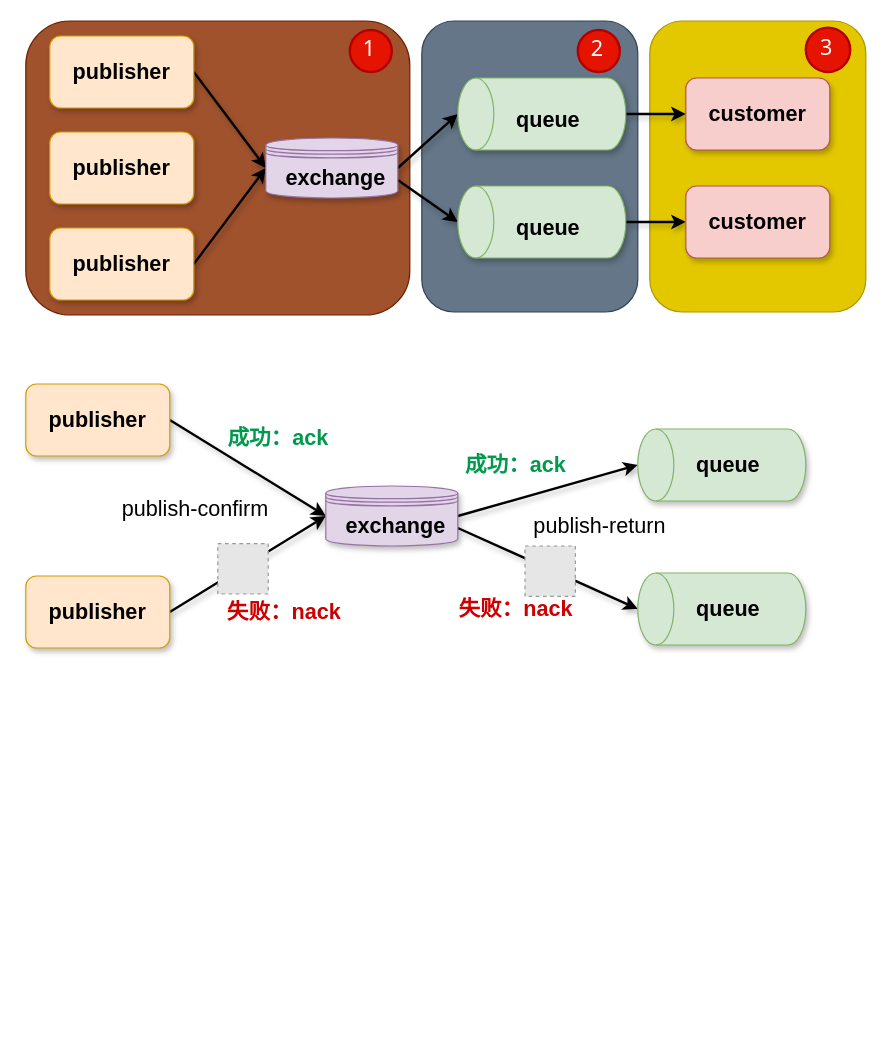
Earlier version of the draw.io diagram RabbitMQ.drawio (C-wx/MindManager). Source tidied: cells renumbered, new cells numbered last; positions are measured from the earlier drawing's top-left corner, leaving out a move shared by most shapes. Both pictures are drawn from the tidied source at 120%, with x=0, y=0 at pixel (25, 20). Pictures stored in the file or linked from it are replaced by grey dashed boxes.
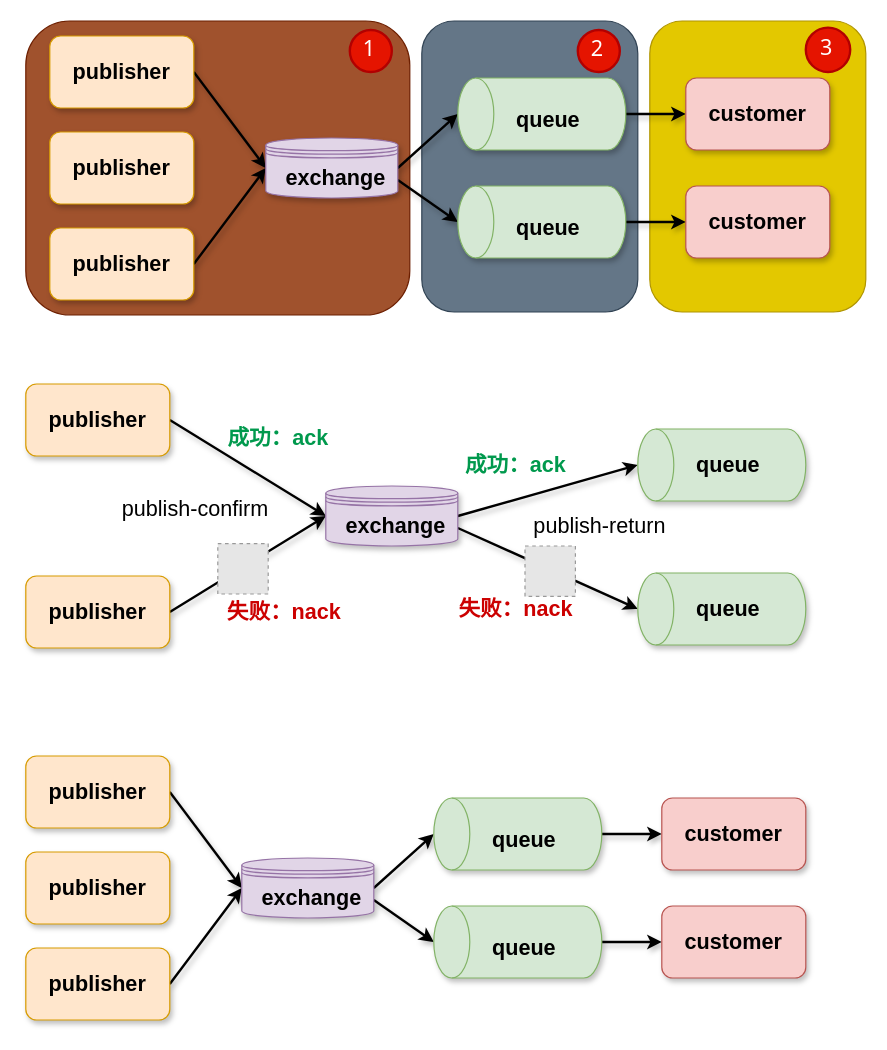
Above is the later version.

Diff of the diagram source:
```diff
@@
+    <mxCell id="45" style="rounded=0;jettySize=auto;html=1;exitX=1;exitY=0.5;exitDx=0;exitDy=0;entryX=0;entryY=0.5;entryDx=0;entryDy=0;fontFamily=JetBrains Mono;fontSize=18;strokeWidth=2;shadow=1;sketch=0;" parent="1" edge="1" source="46" target="52">
+      <mxGeometry relative="1" as="geometry" />
+    </mxCell>
+    <mxCell id="46" value="publisher" style="rounded=1;whiteSpace=wrap;html=1;fontFamily=JetBrains Mono;fontSize=18;fontStyle=1;sketch=0;fillColor=#ffe6cc;strokeColor=#d79b00;shadow=1;" parent="1" vertex="1">
+      <mxGeometry y="612.5" width="120" height="60" as="geometry" />
+    </mxCell>
+    <mxCell id="47" value="publisher" style="rounded=1;whiteSpace=wrap;html=1;fontFamily=JetBrains Mono;fontSize=18;fontStyle=1;sketch=0;fillColor=#ffe6cc;strokeColor=#d79b00;shadow=1;" parent="1" vertex="1">
+      <mxGeometry y="692.5" width="120" height="60" as="geometry" />
+    </mxCell>
+    <mxCell id="48" style="edgeStyle=none;rounded=0;jettySize=auto;html=1;exitX=1;exitY=0.5;exitDx=0;exitDy=0;entryX=0;entryY=0.5;entryDx=0;entryDy=0;fontFamily=JetBrains Mono;fontSize=18;strokeWidth=2;shadow=1;sketch=0;" parent="1" edge="1" source="49" target="52">
+      <mxGeometry relative="1" as="geometry" />
+    </mxCell>
+    <mxCell id="49" value="publisher" style="rounded=1;whiteSpace=wrap;html=1;fontFamily=JetBrains Mono;fontSize=18;fontStyle=1;sketch=0;fillColor=#ffe6cc;strokeColor=#d79b00;shadow=1;" parent="1" vertex="1">
+      <mxGeometry y="772.5" width="120" height="60" as="geometry" />
+    </mxCell>
+    <mxCell id="50" style="edgeStyle=none;rounded=0;jettySize=auto;html=1;exitX=1;exitY=0.5;exitDx=0;exitDy=0;fontFamily=JetBrains Mono;fontSize=18;entryX=0.5;entryY=0;entryDx=0;entryDy=0;entryPerimeter=0;strokeWidth=2;shadow=1;sketch=0;" parent="1" edge="1" source="52" target="54">
+      <mxGeometry relative="1" as="geometry" />
+    </mxCell>
+    <mxCell id="51" style="edgeStyle=none;rounded=0;jettySize=auto;html=1;exitX=1;exitY=0.7;exitDx=0;exitDy=0;entryX=0.5;entryY=0;entryDx=0;entryDy=0;entryPerimeter=0;fontFamily=JetBrains Mono;fontSize=18;strokeWidth=2;shadow=1;sketch=0;" parent="1" edge="1" source="52" target="57">
+      <mxGeometry relative="1" as="geometry" />
+    </mxCell>
+    <mxCell id="52" style="shape=datastore;whiteSpace=wrap;html=1;rounded=1;shadow=1;glass=0;labelBackgroundColor=#ffffff;sketch=0;disableMultiStroke=0;disableMultiStrokeFill=0;fontFamily=JetBrains Mono;fontSize=14;fillColor=#e1d5e7;verticalAlign=middle;strokeColor=#9673a6;" parent="1" vertex="1">
+      <mxGeometry x="180" y="697.5" width="110" height="50" as="geometry" />
+    </mxCell>
+    <mxCell id="53" style="edgeStyle=none;rounded=0;jettySize=auto;html=1;exitX=0.5;exitY=1;exitDx=0;exitDy=0;exitPerimeter=0;entryX=0;entryY=0.5;entryDx=0;entryDy=0;fontFamily=JetBrains Mono;fontSize=18;strokeWidth=2;shadow=1;sketch=0;" parent="1" edge="1" source="54" target="59">
+      <mxGeometry relative="1" as="geometry" />
+    </mxCell>
+    <mxCell id="54" style="shape=cylinder3;whiteSpace=wrap;html=1;boundedLbl=1;backgroundOutline=1;size=15;sketch=0;fontFamily=JetBrains Mono;fontSize=18;rotation=-90;fillColor=#d5e8d4;strokeColor=#82b366;shadow=1;" parent="1" vertex="1">
+      <mxGeometry x="380" y="607.5" width="60" height="140" as="geometry" />
+    </mxCell>
+    <mxCell id="55" value="&lt;b&gt;queue&lt;/b&gt;" style="text;html=1;align=center;verticalAlign=middle;strokeColor=none;fillColor=none;fontSize=18;fontFamily=JetBrains Mono;shadow=1;sketch=0;" parent="1" vertex="1">
+      <mxGeometry x="380" y="667.5" width="70" height="30" as="geometry" />
+    </mxCell>
+    <mxCell id="56" style="edgeStyle=none;rounded=0;jettySize=auto;html=1;exitX=0.5;exitY=1;exitDx=0;exitDy=0;exitPerimeter=0;fontFamily=JetBrains Mono;fontSize=18;strokeWidth=2;shadow=1;sketch=0;" parent="1" edge="1" source="57" target="60">
+      <mxGeometry relative="1" as="geometry" />
+    </mxCell>
+    <mxCell id="57" style="shape=cylinder3;whiteSpace=wrap;html=1;boundedLbl=1;backgroundOutline=1;size=15;sketch=0;fontFamily=JetBrains Mono;fontSize=18;rotation=-90;fillColor=#d5e8d4;strokeColor=#82b366;shadow=1;" parent="1" vertex="1">
+      <mxGeometry x="380" y="697.5" width="60" height="140" as="geometry" />
+    </mxCell>
+    <mxCell id="58" value="&lt;b&gt;queue&lt;/b&gt;" style="text;html=1;align=center;verticalAlign=middle;strokeColor=none;fillColor=none;fontSize=18;fontFamily=JetBrains Mono;shadow=1;sketch=0;" parent="1" vertex="1">
+      <mxGeometry x="380" y="757.5" width="70" height="30" as="geometry" />
+    </mxCell>
+    <mxCell id="59" value="customer" style="rounded=1;whiteSpace=wrap;html=1;fontFamily=JetBrains Mono;fontSize=18;fontStyle=1;sketch=0;fillColor=#f8cecc;strokeColor=#b85450;shadow=1;" parent="1" vertex="1">
+      <mxGeometry x="530" y="647.5" width="120" height="60" as="geometry" />
+    </mxCell>
+    <mxCell id="60" value="customer" style="rounded=1;whiteSpace=wrap;html=1;fontFamily=JetBrains Mono;fontSize=18;fontStyle=1;sketch=0;fillColor=#f8cecc;strokeColor=#b85450;shadow=1;" parent="1" vertex="1">
+      <mxGeometry x="530" y="737.5" width="120" height="60" as="geometry" />
+    </mxCell>
+    <mxCell id="61" value="&lt;b&gt;exchange&lt;/b&gt;" style="text;html=1;align=center;verticalAlign=middle;strokeColor=none;fillColor=none;fontSize=18;fontFamily=JetBrains Mono;" parent="1" vertex="1">
+      <mxGeometry x="188" y="715.5" width="100" height="30" as="geometry" />
+    </mxCell>
```
